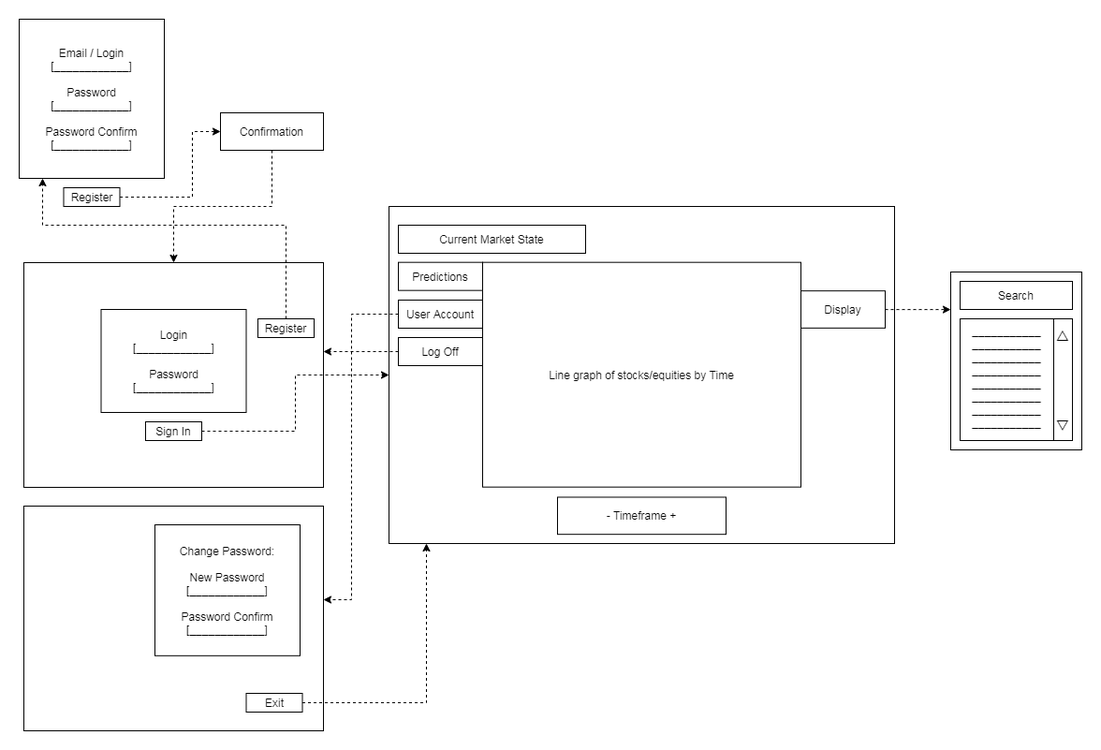
The draw.io diagram docs/UIWireframes.png in KieronGillingham/StockTrader, before a commit. Source tidied: cells renumbered, new cells last; positions are measured from the earlier drawing's top-left corner, leaving out a move shared by most shapes.
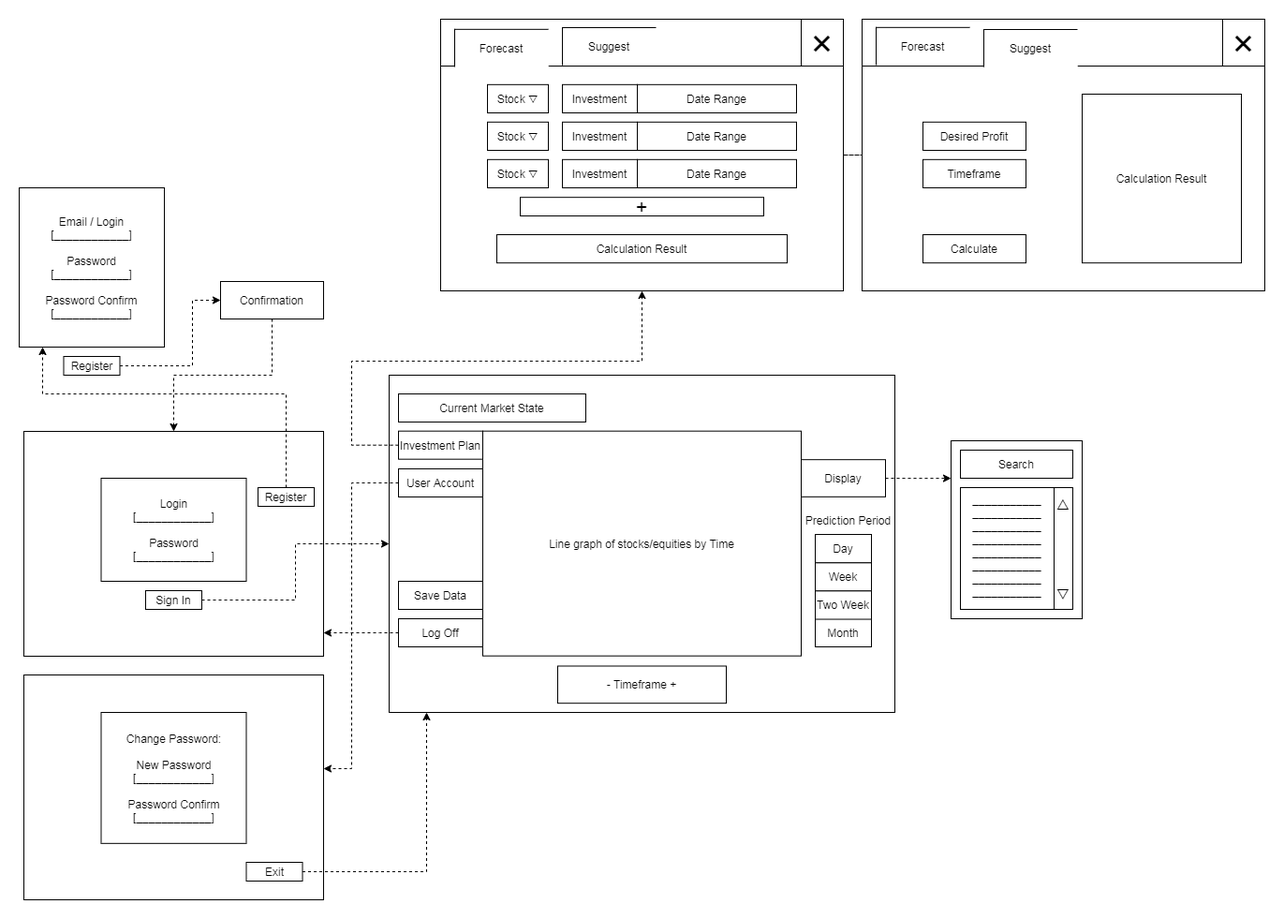
Later version of the same file.

Commit message:
forecast wireframes

Diff of the diagram source:
```diff
@@ -34,7 +34,16 @@
     <mxCell id="10" value="Current Market State" style="rounded=0;whiteSpace=wrap;html=1;" parent="1" vertex="1">
       <mxGeometry x="405" y="220" width="200" height="30" as="geometry" />
     </mxCell>
+    <mxCell id="32" style="edgeStyle=orthogonalEdgeStyle;rounded=0;jettySize=auto;html=1;dashed=1;" parent="1" edge="1" source="11" target="34">
+      <mxGeometry relative="1" as="geometry">
+        <Array as="points">
+          <mxPoint x="355" y="275" />
+          <mxPoint x="355" y="185" />
+          <mxPoint x="665" y="185" />
+        </Array>
+      </mxGeometry>
+    </mxCell>
-    <mxCell id="11" value="Predictions" style="rounded=0;whiteSpace=wrap;html=1;" parent="1" vertex="1">
+    <mxCell id="11" value="Investment Plan" style="rounded=0;whiteSpace=wrap;html=1;" parent="1" vertex="1">
       <mxGeometry x="405" y="259.7" width="90" height="30" as="geometry" />
     </mxCell>
     <mxCell id="12" style="edgeStyle=orthogonalEdgeStyle;rounded=0;jettySize=auto;html=1;dashed=1;" parent="1" edge="1" source="13" target="2">
@@ -51,13 +60,13 @@
     <mxCell id="14" style="edgeStyle=orthogonalEdgeStyle;rounded=0;jettySize=auto;html=1;dashed=1;" parent="1" edge="1" source="15" target="3">
       <mxGeometry relative="1" as="geometry">
         <Array as="points">
-          <mxPoint x="345" y="355" />
-          <mxPoint x="345" y="355" />
+          <mxPoint x="385" y="475" />
+          <mxPoint x="385" y="475" />
         </Array>
       </mxGeometry>
     </mxCell>
     <mxCell id="15" value="Log Off" style="rounded=0;whiteSpace=wrap;html=1;" parent="1" vertex="1">
-      <mxGeometry x="405" y="340" width="90" height="30" as="geometry" />
+      <mxGeometry x="405" y="460" width="90" height="30" as="geometry" />
     </mxCell>
     <mxCell id="16" value="Email / Login&lt;br&gt;[____________]&lt;br&gt;&lt;br&gt;Password&lt;br&gt;[____________]&lt;br&gt;&lt;br&gt;Password Confirm&lt;br&gt;[____________]" style="rounded=0;whiteSpace=wrap;html=1;" parent="1" vertex="1">
       <mxGeometry width="155" height="170" as="geometry" />
@@ -109,7 +118,7 @@
       <mxGeometry x="1105" y="320" width="20" height="130" as="geometry" />
     </mxCell>
     <mxCell id="29" value="Change Password:&lt;br&gt;&lt;br&gt;New Password&lt;br&gt;[____________]&lt;br&gt;&lt;br&gt;Password Confirm&lt;br&gt;[____________]" style="rounded=0;whiteSpace=wrap;html=1;" parent="1" vertex="1">
-      <mxGeometry x="145" y="540" width="155" height="139.8" as="geometry" />
+      <mxGeometry x="87.5" y="560" width="155" height="139.8" as="geometry" />
     </mxCell>
     <mxCell id="30" style="edgeStyle=orthogonalEdgeStyle;rounded=0;jettySize=auto;html=1;dashed=1;" parent="1" edge="1" source="31" target="5">
       <mxGeometry relative="1" as="geometry">
@@ -121,5 +130,101 @@
     <mxCell id="31" value="Exit" style="rounded=0;whiteSpace=wrap;html=1;" parent="1" vertex="1">
       <mxGeometry x="242.5" y="720" width="60" height="20" as="geometry" />
     </mxCell>
+    <mxCell id="33" style="edgeStyle=orthogonalEdgeStyle;rounded=0;jettySize=auto;html=1;dashed=1;endArrow=none;endFill=0;" parent="1" edge="1" source="34" target="45">
+      <mxGeometry relative="1" as="geometry" />
+    </mxCell>
+    <mxCell id="34" style="rounded=0;whiteSpace=wrap;html=1;" parent="1" vertex="1">
+      <mxGeometry x="450" y="-180" width="430" height="290" as="geometry" />
+    </mxCell>
+    <mxCell id="35" value="Week" style="rounded=0;whiteSpace=wrap;html=1;" parent="1" vertex="1">
+      <mxGeometry x="850" y="400.2" width="60" height="30.2" as="geometry" />
+    </mxCell>
+    <mxCell id="36" value="Day" style="rounded=0;whiteSpace=wrap;html=1;" parent="1" vertex="1">
+      <mxGeometry x="850" y="370" width="60" height="30.2" as="geometry" />
+    </mxCell>
+    <mxCell id="37" value="Prediction Period" style="text;html=1;verticalAlign=middle;align=center;" parent="1" vertex="1">
+      <mxGeometry x="835" y="340" width="100" height="30" as="geometry" />
+    </mxCell>
+    <mxCell id="38" value="Month" style="rounded=0;whiteSpace=wrap;html=1;" parent="1" vertex="1">
+      <mxGeometry x="850" y="459.8" width="60" height="30.2" as="geometry" />
+    </mxCell>
+    <mxCell id="39" value="Calculation Result" style="rounded=0;whiteSpace=wrap;html=1;" parent="1" vertex="1">
+      <mxGeometry x="510" y="50" width="310" height="30.2" as="geometry" />
+    </mxCell>
+    <mxCell id="40" value="Two Week" style="rounded=0;whiteSpace=wrap;html=1;" parent="1" vertex="1">
+      <mxGeometry x="850" y="430.4" width="60" height="30.2" as="geometry" />
+    </mxCell>
+    <mxCell id="41" value="Save Data" style="rounded=0;whiteSpace=wrap;html=1;" parent="1" vertex="1">
+      <mxGeometry x="405" y="420" width="90" height="30" as="geometry" />
+    </mxCell>
+    <mxCell id="42" value="Stock&amp;nbsp;&lt;span style=&quot;font-family: &amp;#34;verdana&amp;#34; , sans-serif ; text-align: left ; background-color: rgb(255 , 255 , 255)&quot;&gt;&lt;font style=&quot;font-size: 12px&quot;&gt;▽&lt;/font&gt;&lt;/span&gt;" style="rounded=0;whiteSpace=wrap;html=1;" parent="1" vertex="1">
+      <mxGeometry x="500" y="-110.2" width="65" height="30.2" as="geometry" />
+    </mxCell>
+    <mxCell id="43" value="Investment" style="rounded=0;whiteSpace=wrap;html=1;" parent="1" vertex="1">
+      <mxGeometry x="580" y="-110.2" width="80" height="30.2" as="geometry" />
+    </mxCell>
+    <mxCell id="44" value="Date Range" style="rounded=0;whiteSpace=wrap;html=1;" parent="1" vertex="1">
+      <mxGeometry x="660" y="-110.2" width="170" height="30.2" as="geometry" />
+    </mxCell>
+    <mxCell id="45" style="rounded=0;whiteSpace=wrap;html=1;" parent="1" vertex="1">
+      <mxGeometry x="900" y="-180" width="430" height="290" as="geometry" />
+    </mxCell>
+    <mxCell id="46" value="Stock&amp;nbsp;&lt;span style=&quot;font-family: &amp;#34;verdana&amp;#34; , sans-serif ; text-align: left ; background-color: rgb(255 , 255 , 255)&quot;&gt;&lt;font style=&quot;font-size: 12px&quot;&gt;▽&lt;/font&gt;&lt;/span&gt;" style="rounded=0;whiteSpace=wrap;html=1;" parent="1" vertex="1">
+      <mxGeometry x="500" y="-70.2" width="65" height="30.2" as="geometry" />
+    </mxCell>
+    <mxCell id="47" value="Investment" style="rounded=0;whiteSpace=wrap;html=1;" parent="1" vertex="1">
+      <mxGeometry x="580" y="-70.2" width="80" height="30.2" as="geometry" />
+    </mxCell>
+    <mxCell id="48" value="Date Range" style="rounded=0;whiteSpace=wrap;html=1;" parent="1" vertex="1">
+      <mxGeometry x="660" y="-70.2" width="170" height="30.2" as="geometry" />
+    </mxCell>
+    <mxCell id="49" value="Stock&amp;nbsp;&lt;span style=&quot;font-family: &amp;#34;verdana&amp;#34; , sans-serif ; text-align: left ; background-color: rgb(255 , 255 , 255)&quot;&gt;&lt;font style=&quot;font-size: 12px&quot;&gt;▽&lt;/font&gt;&lt;/span&gt;" style="rounded=0;whiteSpace=wrap;html=1;" parent="1" vertex="1">
+      <mxGeometry x="500" y="-30.2" width="65" height="30.2" as="geometry" />
+    </mxCell>
+    <mxCell id="50" value="Investment" style="rounded=0;whiteSpace=wrap;html=1;" parent="1" vertex="1">
+      <mxGeometry x="580" y="-30.2" width="80" height="30.2" as="geometry" />
+    </mxCell>
+    <mxCell id="51" value="Date Range" style="rounded=0;whiteSpace=wrap;html=1;" parent="1" vertex="1">
+      <mxGeometry x="660" y="-30.2" width="170" height="30.2" as="geometry" />
+    </mxCell>
+    <mxCell id="52" value="&lt;font style=&quot;font-size: 21px&quot;&gt;+&lt;/font&gt;" style="rounded=0;whiteSpace=wrap;html=1;align=center;" parent="1" vertex="1">
+      <mxGeometry x="535" y="10.2" width="260" height="19.8" as="geometry" />
+    </mxCell>
+    <mxCell id="53" style="rounded=0;whiteSpace=wrap;html=1;" parent="1" vertex="1">
+      <mxGeometry x="450" y="-180" width="430" height="50" as="geometry" />
+    </mxCell>
+    <mxCell id="54" value="Forecast" style="shape=partialRectangle;whiteSpace=wrap;html=1;bottom=0;right=0;fillColor=#ffffff;align=center;" parent="1" vertex="1">
+      <mxGeometry x="465" y="-169.2" width="100" height="40.2" as="geometry" />
+    </mxCell>
+    <mxCell id="55" value="Suggest" style="shape=partialRectangle;whiteSpace=wrap;html=1;bottom=0;right=0;fillColor=#ffffff;align=center;" parent="1" vertex="1">
+      <mxGeometry x="580" y="-171" width="100" height="40.2" as="geometry" />
+    </mxCell>
+    <mxCell id="56" value="&lt;a href=&quot;https://graphemica.com/%E2%9D%8C&quot; style=&quot;font-size: small ; outline: 0px ; font-family: &amp;#34;arial&amp;#34; , sans-serif ; text-align: left ; background-color: rgb(255 , 255 , 255)&quot;&gt;&lt;h3 class=&quot;LC20lb DKV0Md&quot; style=&quot;font-size: 20px ; font-weight: normal ; margin: 0px 0px 3px ; padding: 5px 0px 0px ; display: inline-block ; line-height: 1.3&quot;&gt;&lt;font color=&quot;#000000&quot;&gt;❌&lt;/font&gt;&lt;/h3&gt;&lt;/a&gt;" style="rounded=0;whiteSpace=wrap;html=1;" parent="1" vertex="1">
+      <mxGeometry x="835" y="-180" width="45" height="50" as="geometry" />
+    </mxCell>
+    <mxCell id="57" style="rounded=0;whiteSpace=wrap;html=1;" parent="1" vertex="1">
+      <mxGeometry x="900" y="-180" width="430" height="50" as="geometry" />
+    </mxCell>
+    <mxCell id="58" value="Forecast" style="shape=partialRectangle;whiteSpace=wrap;html=1;bottom=0;right=0;fillColor=#ffffff;align=center;" parent="1" vertex="1">
+      <mxGeometry x="915" y="-171.2" width="100" height="40.2" as="geometry" />
+    </mxCell>
+    <mxCell id="59" value="Suggest" style="shape=partialRectangle;whiteSpace=wrap;html=1;bottom=0;right=0;fillColor=#ffffff;align=center;" parent="1" vertex="1">
+      <mxGeometry x="1030" y="-169" width="100" height="40.2" as="geometry" />
+    </mxCell>
+    <mxCell id="60" value="&lt;a href=&quot;https://graphemica.com/%E2%9D%8C&quot; style=&quot;font-size: small ; outline: 0px ; font-family: &amp;quot;arial&amp;quot; , sans-serif ; text-align: left ; background-color: rgb(255 , 255 , 255)&quot;&gt;&lt;h3 class=&quot;LC20lb DKV0Md&quot; style=&quot;font-size: 20px ; font-weight: normal ; margin: 0px 0px 3px ; padding: 5px 0px 0px ; display: inline-block ; line-height: 1.3&quot;&gt;&lt;font color=&quot;#000000&quot;&gt;❌&lt;/font&gt;&lt;/h3&gt;&lt;/a&gt;" style="rounded=0;whiteSpace=wrap;html=1;" parent="1" vertex="1">
+      <mxGeometry x="1285" y="-180" width="45" height="50" as="geometry" />
+    </mxCell>
+    <mxCell id="61" value="Calculation Result" style="rounded=0;whiteSpace=wrap;html=1;" parent="1" vertex="1">
+      <mxGeometry x="1135" y="-100" width="170" height="180.2" as="geometry" />
+    </mxCell>
+    <mxCell id="62" value="Calculate" style="rounded=0;whiteSpace=wrap;html=1;" parent="1" vertex="1">
+      <mxGeometry x="965" y="50" width="110" height="30.2" as="geometry" />
+    </mxCell>
+    <mxCell id="63" value="Timeframe" style="rounded=0;whiteSpace=wrap;html=1;" parent="1" vertex="1">
+      <mxGeometry x="965" y="-30.2" width="110" height="30.2" as="geometry" />
+    </mxCell>
+    <mxCell id="64" value="Desired Profit" style="rounded=0;whiteSpace=wrap;html=1;" parent="1" vertex="1">
+      <mxGeometry x="965" y="-70.2" width="110" height="30.2" as="geometry" />
+    </mxCell>
   </root>
 </mxGraphModel>
```
